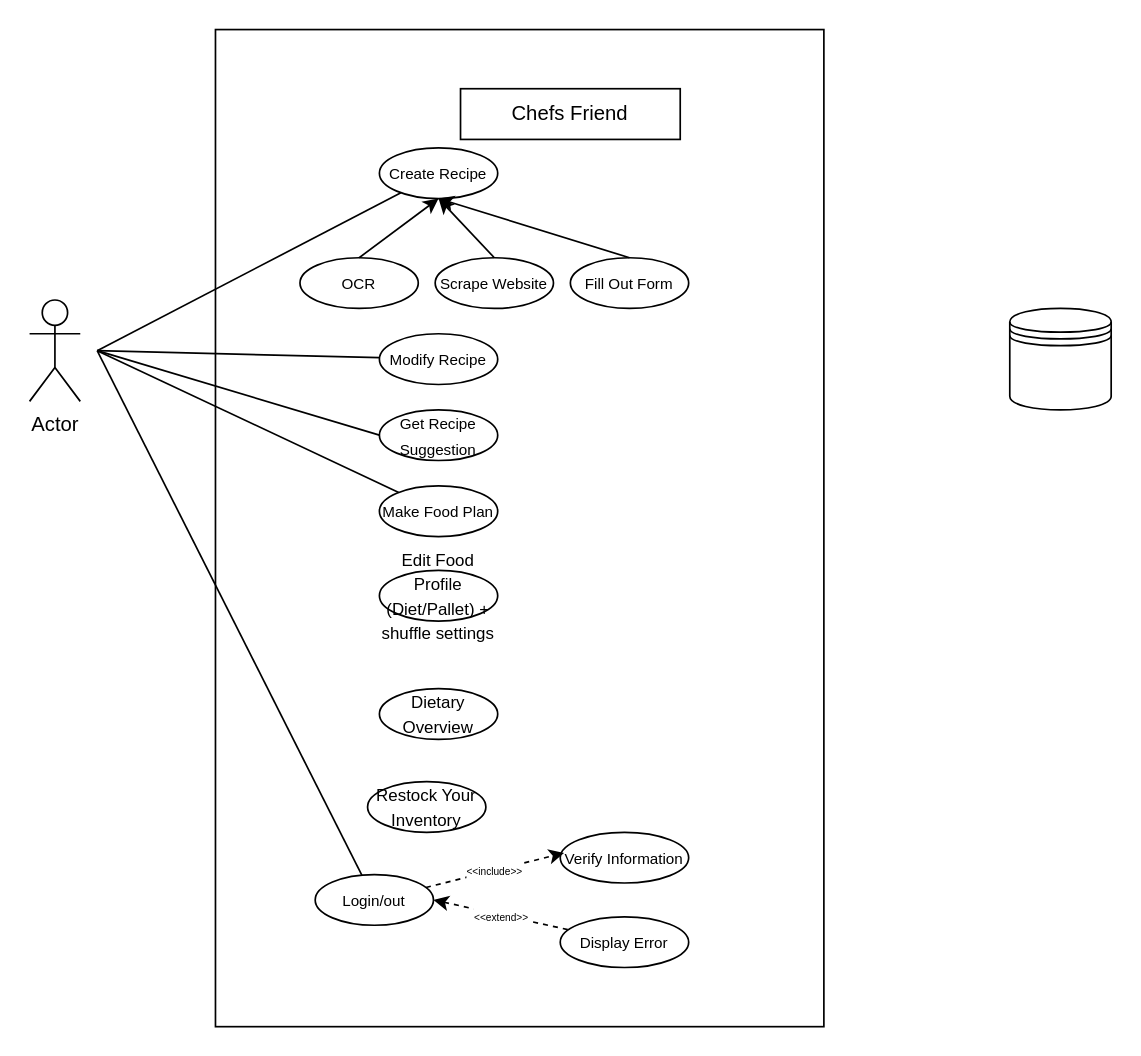
johanjuulj/carbonchef keeps this draw.io diagram as Main Menu.drawio. Above is the earlier version. Source tidied: cells renumbered, new cells numbered last; positions are measured from the earlier drawing's top-left corner, leaving out a move shared by most shapes. Both pictures are drawn from the tidied source at 169%, with x=0, y=0 at pixel (29, 29).
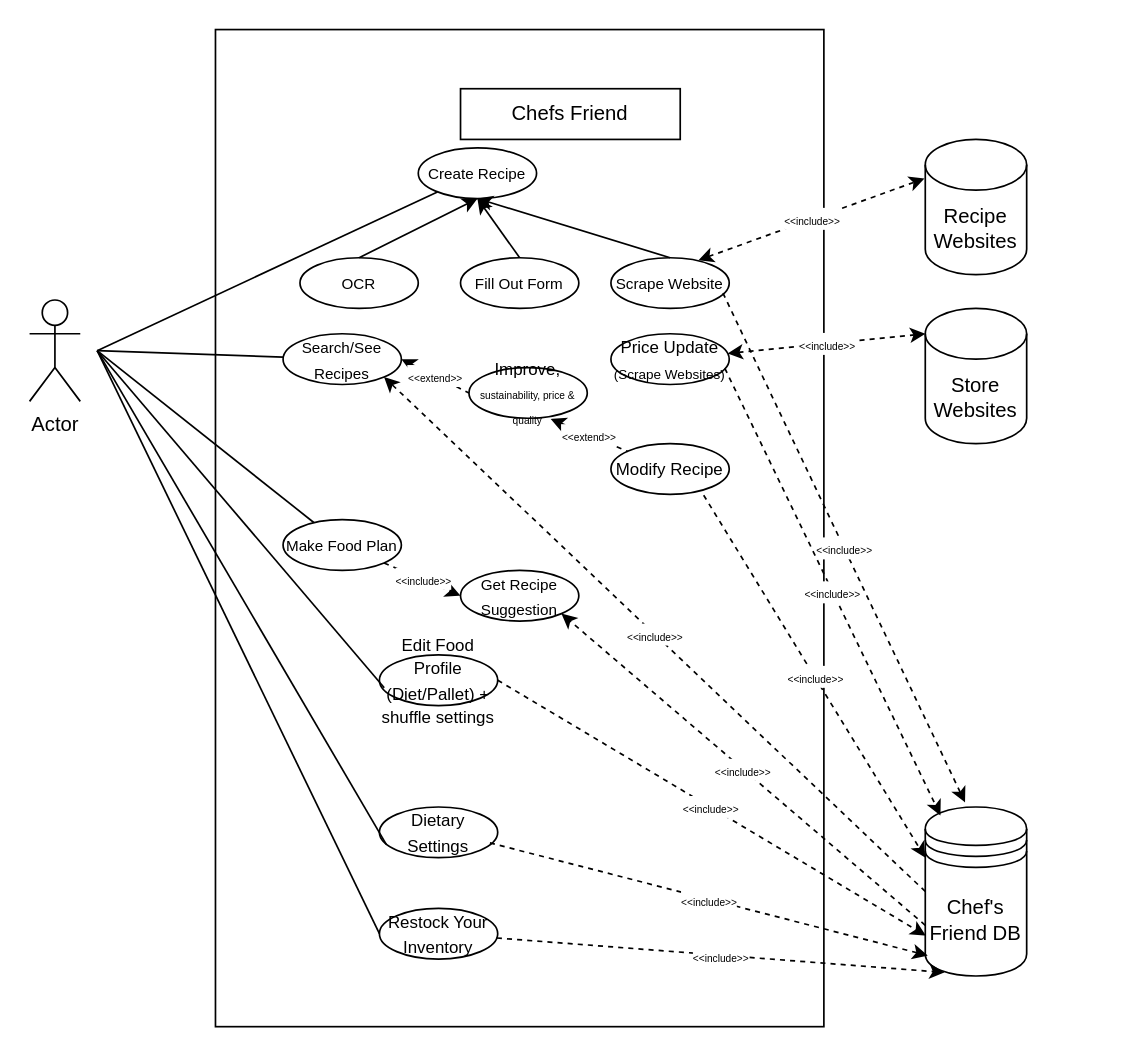
After the change.

Diff of the diagram source:
```diff
@@
     <mxCell id="6" value="&lt;font style=&quot;font-size: 9px&quot;&gt;Create Recipe&lt;/font&gt;" style="ellipse;whiteSpace=wrap;html=1;" parent="1" vertex="1">
-      <mxGeometry x="207" y="70" width="70" height="30" as="geometry" />
+      <mxGeometry x="230" y="70" width="70" height="30" as="geometry" />
     </mxCell>
@@
-    <mxCell id="8" value="&lt;font style=&quot;font-size: 9px&quot;&gt;Login/out&lt;/font&gt;" style="ellipse;whiteSpace=wrap;html=1;" parent="1" vertex="1">
-      <mxGeometry x="169" y="500" width="70" height="30" as="geometry" />
-    </mxCell>
-    <mxCell id="9" style="endArrow=none;html=1;" parent="1" edge="1" target="8">
-      <mxGeometry relative="1" as="geometry">
-        <mxPoint x="40" y="190" as="sourcePoint" />
-      </mxGeometry>
-    </mxCell>
-    <mxCell id="10" value="&lt;font style=&quot;font-size: 9px&quot;&gt;Verify Information&lt;/font&gt;" style="ellipse;whiteSpace=wrap;html=1;" parent="1" vertex="1">
-      <mxGeometry x="314" y="475" width="76" height="30" as="geometry" />
-    </mxCell>
-    <mxCell id="11" value="&lt;font style=&quot;font-size: 6px&quot;&gt;&amp;lt;&amp;lt;include&amp;gt;&amp;gt;&lt;/font&gt;" style="endArrow=classic;dashed=1;html=1;entryX=0.03;entryY=0.407;entryDx=0;entryDy=0;entryPerimeter=0;startArrow=none;startFill=0;endFill=1;" parent="1" edge="1" source="8" target="10">
-      <mxGeometry relative="1" as="geometry" />
-    </mxCell>
-    <mxCell id="12" value="&lt;font style=&quot;font-size: 9px&quot;&gt;Display Error&lt;/font&gt;" style="ellipse;whiteSpace=wrap;html=1;" parent="1" vertex="1">
-      <mxGeometry x="314" y="525" width="76" height="30" as="geometry" />
-    </mxCell>
-    <mxCell id="13" value="&lt;font style=&quot;font-size: 6px&quot;&gt;&amp;lt;&amp;lt;extend&amp;gt;&amp;gt;&lt;/font&gt;" style="endArrow=none;dashed=1;html=1;exitX=1;exitY=0.5;exitDx=0;exitDy=0;startArrow=classic;startFill=1;" parent="1" edge="1" source="8" target="12">
-      <mxGeometry relative="1" as="geometry" />
-    </mxCell>
-    <mxCell id="14" style="shape=datastore;whiteSpace=wrap;html=1;" parent="1" vertex="1">
-      <mxGeometry x="580" y="165" width="60" height="60" as="geometry" />
+    <mxCell id="14" value="Chef's Friend DB" style="shape=datastore;whiteSpace=wrap;html=1;" parent="1" vertex="1">
+      <mxGeometry x="530" y="460" width="60" height="100" as="geometry" />
     </mxCell>
     <mxCell id="15" value="&lt;font style=&quot;font-size: 9px&quot;&gt;Fill Out Form&lt;/font&gt;" style="ellipse;whiteSpace=wrap;html=1;" parent="1" vertex="1">
-      <mxGeometry x="320" y="135" width="70" height="30" as="geometry" />
+      <mxGeometry x="255" y="135" width="70" height="30" as="geometry" />
     </mxCell>
     <mxCell id="16" value="&lt;font style=&quot;font-size: 9px&quot;&gt;Scrape Website&lt;/font&gt;" style="ellipse;whiteSpace=wrap;html=1;" parent="1" vertex="1">
-      <mxGeometry x="240" y="135" width="70" height="30" as="geometry" />
+      <mxGeometry x="344" y="135" width="70" height="30" as="geometry" />
     </mxCell>
@@
-    <mxCell id="21" value="&lt;font style=&quot;font-size: 9px&quot;&gt;Modify Recipe&lt;/font&gt;" style="ellipse;whiteSpace=wrap;html=1;" parent="1" vertex="1">
-      <mxGeometry x="207" y="180" width="70" height="30" as="geometry" />
+    <mxCell id="21" value="&lt;font style=&quot;font-size: 9px&quot;&gt;Search/See Recipes&lt;/font&gt;" style="ellipse;whiteSpace=wrap;html=1;" parent="1" vertex="1">
+      <mxGeometry x="150" y="180" width="70" height="30" as="geometry" />
     </mxCell>
@@
     <mxCell id="24" value="&lt;font style=&quot;font-size: 9px&quot;&gt;Make Food Plan&lt;/font&gt;" style="ellipse;whiteSpace=wrap;html=1;" parent="1" vertex="1">
-      <mxGeometry x="207" y="270" width="70" height="30" as="geometry" />
+      <mxGeometry x="150" y="290" width="70" height="30" as="geometry" />
     </mxCell>
     <mxCell id="25" value="&lt;font style=&quot;font-size: 9px&quot;&gt;Get Recipe Suggestion&lt;/font&gt;" style="ellipse;whiteSpace=wrap;html=1;" parent="1" vertex="1">
-      <mxGeometry x="207" y="225" width="70" height="30" as="geometry" />
+      <mxGeometry x="255" y="320" width="70" height="30" as="geometry" />
     </mxCell>
-    <mxCell id="26" style="endArrow=none;html=1;entryX=0;entryY=0.5;entryDx=0;entryDy=0;" parent="1" edge="1" target="25">
-      <mxGeometry relative="1" as="geometry">
-        <mxPoint x="40" y="190" as="sourcePoint" />
-      </mxGeometry>
-    </mxCell>
     <mxCell id="27" value="&lt;font size=&quot;1&quot;&gt;Edit Food Profile (Diet/Pallet) + shuffle settings&lt;/font&gt;" style="ellipse;whiteSpace=wrap;html=1;" parent="1" vertex="1">
-      <mxGeometry x="207" y="320" width="70" height="30" as="geometry" />
+      <mxGeometry x="207" y="370" width="70" height="30" as="geometry" />
     </mxCell>
-    <mxCell id="28" value="&lt;font size=&quot;1&quot;&gt;Dietary Overview&lt;/font&gt;" style="ellipse;whiteSpace=wrap;html=1;" parent="1" vertex="1">
-      <mxGeometry x="207" y="390" width="70" height="30" as="geometry" />
+    <mxCell id="28" value="&lt;font size=&quot;1&quot;&gt;Dietary Settings&lt;/font&gt;" style="ellipse;whiteSpace=wrap;html=1;" parent="1" vertex="1">
+      <mxGeometry x="207" y="460" width="70" height="30" as="geometry" />
     </mxCell>
     <mxCell id="29" value="&lt;font size=&quot;1&quot;&gt;Restock Your Inventory&lt;/font&gt;" style="ellipse;whiteSpace=wrap;html=1;" parent="1" vertex="1">
-      <mxGeometry x="200" y="445" width="70" height="30" as="geometry" />
+      <mxGeometry x="207" y="520" width="70" height="30" as="geometry" />
     </mxCell>
+    <mxCell id="30" value="&lt;font size=&quot;1&quot;&gt;Price Update&lt;/font&gt;&lt;font style=&quot;font-size: 8px&quot;&gt;&lt;br&gt;(Scrape Websites)&lt;/font&gt;" style="ellipse;whiteSpace=wrap;html=1;" parent="1" vertex="1">
+      <mxGeometry x="344" y="180" width="70" height="30" as="geometry" />
+    </mxCell>
+    <mxCell id="31" value="&lt;font size=&quot;1&quot;&gt;Improve, &lt;/font&gt;&lt;font style=&quot;font-size: 6px&quot;&gt;sustainability, price &amp;amp; quality&lt;/font&gt;" style="ellipse;whiteSpace=wrap;html=1;" parent="1" vertex="1">
+      <mxGeometry x="260" y="200" width="70" height="30" as="geometry" />
+    </mxCell>
+    <mxCell id="32" value="&lt;font style=&quot;font-size: 6px&quot;&gt;&amp;lt;&amp;lt;include&amp;gt;&amp;gt;&lt;/font&gt;" style="endArrow=classic;dashed=1;html=1;entryX=0;entryY=0.5;entryDx=0;entryDy=0;startArrow=none;startFill=0;endFill=1;exitX=1;exitY=1;exitDx=0;exitDy=0;" parent="1" edge="1" source="24" target="25">
+      <mxGeometry relative="1" as="geometry" />
+    </mxCell>
+    <mxCell id="33" value="Store Websites" style="shape=cylinder3;whiteSpace=wrap;html=1;boundedLbl=1;backgroundOutline=1;size=15;" parent="1" vertex="1">
+      <mxGeometry x="530" y="165" width="60" height="80" as="geometry" />
+    </mxCell>
+    <mxCell id="34" value="Recipe Websites" style="shape=cylinder3;whiteSpace=wrap;html=1;boundedLbl=1;backgroundOutline=1;size=15;" parent="1" vertex="1">
+      <mxGeometry x="530" y="65" width="60" height="80" as="geometry" />
+    </mxCell>
+    <mxCell id="35" value="&lt;font style=&quot;font-size: 6px&quot;&gt;&amp;lt;&amp;lt;include&amp;gt;&amp;gt;&lt;/font&gt;" style="endArrow=classic;dashed=1;html=1;entryX=-0.008;entryY=0.289;entryDx=0;entryDy=0;entryPerimeter=0;startArrow=classic;startFill=1;endFill=1;exitX=0.74;exitY=0.049;exitDx=0;exitDy=0;exitPerimeter=0;" parent="1" edge="1" source="16" target="34">
+      <mxGeometry relative="1" as="geometry" />
+    </mxCell>
+    <mxCell id="36" value="&lt;font style=&quot;font-size: 6px&quot;&gt;&amp;lt;&amp;lt;include&amp;gt;&amp;gt;&lt;/font&gt;" style="endArrow=classic;dashed=1;html=1;entryX=0.392;entryY=-0.027;entryDx=0;entryDy=0;entryPerimeter=0;startArrow=none;startFill=0;endFill=1;exitX=0.947;exitY=0.697;exitDx=0;exitDy=0;exitPerimeter=0;" parent="1" edge="1" source="16" target="14">
+      <mxGeometry relative="1" as="geometry" />
+    </mxCell>
+    <mxCell id="37" value="&lt;font style=&quot;font-size: 6px&quot;&gt;&amp;lt;&amp;lt;include&amp;gt;&amp;gt;&lt;/font&gt;" style="endArrow=classic;dashed=1;html=1;entryX=0;entryY=0;entryDx=0;entryDy=15;entryPerimeter=0;startArrow=classic;startFill=1;endFill=1;" parent="1" edge="1" source="30" target="33">
+      <mxGeometry relative="1" as="geometry" />
+    </mxCell>
+    <mxCell id="38" value="&lt;font style=&quot;font-size: 6px&quot;&gt;&amp;lt;&amp;lt;include&amp;gt;&amp;gt;&lt;/font&gt;" style="endArrow=classic;dashed=1;html=1;entryX=0.15;entryY=0.05;entryDx=0;entryDy=0;entryPerimeter=0;startArrow=none;startFill=0;endFill=1;exitX=0.963;exitY=0.683;exitDx=0;exitDy=0;exitPerimeter=0;" parent="1" edge="1" source="30" target="14">
+      <mxGeometry relative="1" as="geometry" />
+    </mxCell>
+    <mxCell id="39" value="&lt;font style=&quot;font-size: 6px&quot;&gt;&amp;lt;&amp;lt;extend&amp;gt;&amp;gt;&lt;/font&gt;" style="endArrow=none;dashed=1;html=1;exitX=1;exitY=0.5;exitDx=0;exitDy=0;startArrow=classic;startFill=1;entryX=0;entryY=0.5;entryDx=0;entryDy=0;" parent="1" edge="1" source="21" target="31">
+      <mxGeometry relative="1" as="geometry" />
+    </mxCell>
+    <mxCell id="40" value="&lt;font size=&quot;1&quot;&gt;Modify Recipe&lt;/font&gt;" style="ellipse;whiteSpace=wrap;html=1;" parent="1" vertex="1">
+      <mxGeometry x="344" y="245" width="70" height="30" as="geometry" />
+    </mxCell>
+    <mxCell id="41" value="&lt;font style=&quot;font-size: 6px&quot;&gt;&amp;lt;&amp;lt;extend&amp;gt;&amp;gt;&lt;/font&gt;" style="endArrow=none;dashed=1;html=1;exitX=0.691;exitY=1.013;exitDx=0;exitDy=0;startArrow=classic;startFill=1;exitPerimeter=0;" parent="1" edge="1" source="31" target="40">
+      <mxGeometry relative="1" as="geometry" />
+    </mxCell>
+    <mxCell id="42" value="&lt;font style=&quot;font-size: 6px&quot;&gt;&amp;lt;&amp;lt;include&amp;gt;&amp;gt;&lt;/font&gt;" style="endArrow=classic;dashed=1;html=1;entryX=0;entryY=0.3;entryDx=0;entryDy=0;startArrow=none;startFill=0;endFill=1;exitX=0.784;exitY=1.017;exitDx=0;exitDy=0;exitPerimeter=0;" parent="1" edge="1" source="40" target="14">
+      <mxGeometry relative="1" as="geometry" />
+    </mxCell>
+    <mxCell id="43" value="&lt;font style=&quot;font-size: 6px&quot;&gt;&amp;lt;&amp;lt;include&amp;gt;&amp;gt;&lt;/font&gt;" style="endArrow=classic;dashed=1;html=1;entryX=1;entryY=1;entryDx=0;entryDy=0;startArrow=none;startFill=0;endFill=1;exitX=0;exitY=0.5;exitDx=0;exitDy=0;" parent="1" edge="1" source="14" target="21">
+      <mxGeometry relative="1" as="geometry" />
+    </mxCell>
+    <mxCell id="44" style="endArrow=none;html=1;entryX=0.041;entryY=0.648;entryDx=0;entryDy=0;entryPerimeter=0;" parent="1" edge="1" target="27">
+      <mxGeometry relative="1" as="geometry">
+        <mxPoint x="40" y="190" as="sourcePoint" />
+      </mxGeometry>
+    </mxCell>
+    <mxCell id="45" style="endArrow=none;html=1;entryX=0.058;entryY=0.737;entryDx=0;entryDy=0;entryPerimeter=0;" parent="1" edge="1" target="28">
+      <mxGeometry relative="1" as="geometry">
+        <mxPoint x="40" y="190" as="sourcePoint" />
+      </mxGeometry>
+    </mxCell>
+    <mxCell id="46" style="endArrow=none;html=1;entryX=0;entryY=0.5;entryDx=0;entryDy=0;" parent="1" edge="1" target="29">
+      <mxGeometry relative="1" as="geometry">
+        <mxPoint x="40" y="190" as="sourcePoint" />
+      </mxGeometry>
+    </mxCell>
+    <mxCell id="47" value="&lt;font style=&quot;font-size: 6px&quot;&gt;&amp;lt;&amp;lt;include&amp;gt;&amp;gt;&lt;/font&gt;" style="endArrow=classic;dashed=1;html=1;entryX=1;entryY=1;entryDx=0;entryDy=0;startArrow=none;startFill=0;endFill=1;exitX=0;exitY=0.7;exitDx=0;exitDy=0;" parent="1" edge="1" source="14" target="25">
+      <mxGeometry relative="1" as="geometry" />
+    </mxCell>
+    <mxCell id="48" value="&lt;font style=&quot;font-size: 6px&quot;&gt;&amp;lt;&amp;lt;include&amp;gt;&amp;gt;&lt;/font&gt;" style="endArrow=classic;dashed=1;html=1;entryX=0.005;entryY=0.761;entryDx=0;entryDy=0;startArrow=none;startFill=0;endFill=1;exitX=1;exitY=0.5;exitDx=0;exitDy=0;entryPerimeter=0;" parent="1" edge="1" source="27" target="14">
+      <mxGeometry relative="1" as="geometry" />
+    </mxCell>
+    <mxCell id="49" value="&lt;font style=&quot;font-size: 6px&quot;&gt;&amp;lt;&amp;lt;include&amp;gt;&amp;gt;&lt;/font&gt;" style="endArrow=classic;dashed=1;html=1;entryX=0.024;entryY=0.879;entryDx=0;entryDy=0;startArrow=none;startFill=0;endFill=1;entryPerimeter=0;exitX=0.934;exitY=0.708;exitDx=0;exitDy=0;exitPerimeter=0;" parent="1" edge="1" source="28" target="14">
+      <mxGeometry relative="1" as="geometry" />
+    </mxCell>
+    <mxCell id="50" value="&lt;font style=&quot;font-size: 6px&quot;&gt;&amp;lt;&amp;lt;include&amp;gt;&amp;gt;&lt;/font&gt;" style="endArrow=classic;dashed=1;html=1;entryX=0.024;entryY=0.879;entryDx=0;entryDy=0;startArrow=none;startFill=0;endFill=1;entryPerimeter=0;" parent="1" edge="1" source="29">
+      <mxGeometry relative="1" as="geometry">
+        <mxPoint x="541.4" y="557.9" as="targetPoint" />
+      </mxGeometry>
+    </mxCell>
```
